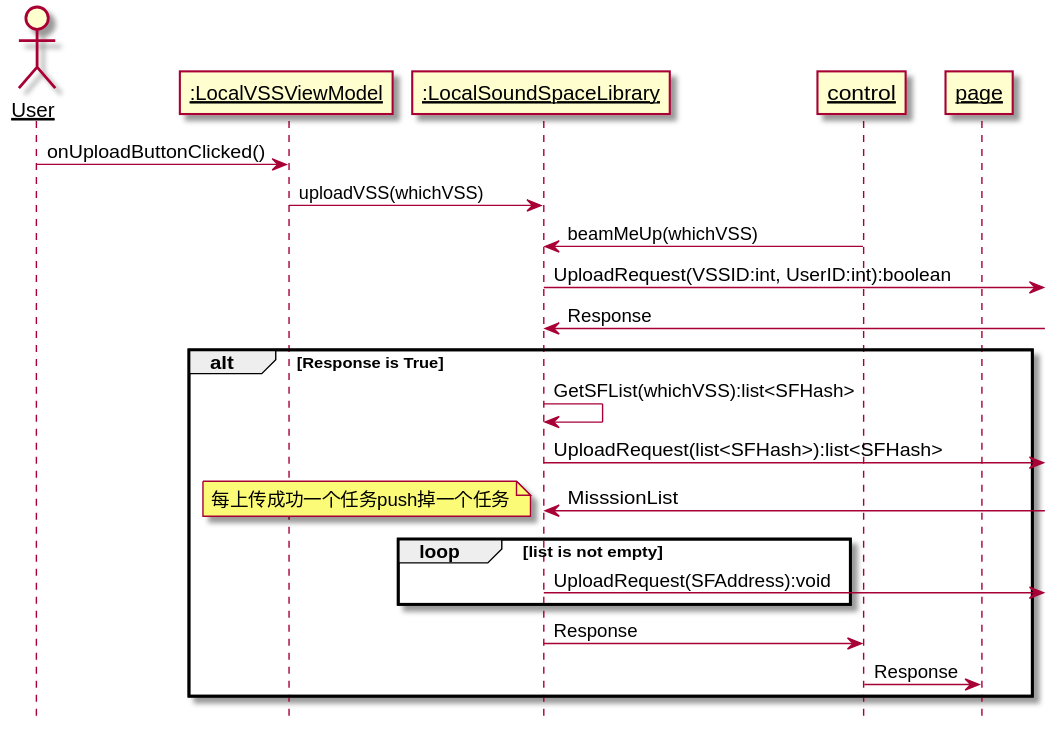
This is 设计/Diagrams/UploadVSS.svg from kpp19920121/doc, a PlantUML export, as it was before one commit.
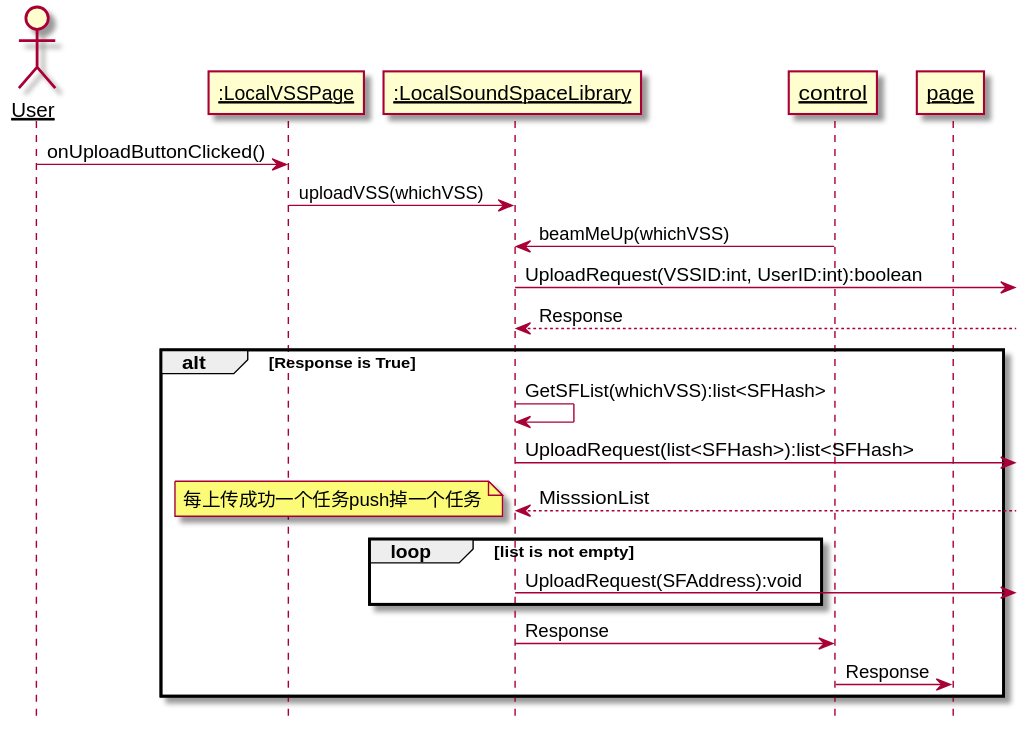
The same diagram one commit later.

Change to the diagram source:
```diff
@@ -3,18 +3,18 @@
 skinparam sequenceParticipant underline
 
 actor User as user
-participant ":LocalVSSViewModel" as viewModel
+participant ":LocalVSSPage" as viewModel
 participant ":LocalSoundSpaceLibrary" as library
 
 user -> viewModel: onUploadButtonClicked()
 viewModel -> library: uploadVSS(whichVSS)
 control -> library: beamMeUp(whichVSS)
 library->:UploadRequest(VSSID:int, UserID:int):boolean
-library<-:Response
+library<--:Response
 alt Response is True
   library -> library: GetSFList(whichVSS):list<SFHash>
   library->:UploadRequest(list<SFHash>):list<SFHash>
-  library<-:MisssionList
+  library<--:MisssionList
   loop list is not empty
   note left:每上传成功一个任务push掉一个任务
     library->:UploadRequest(SFAddress):void
```
